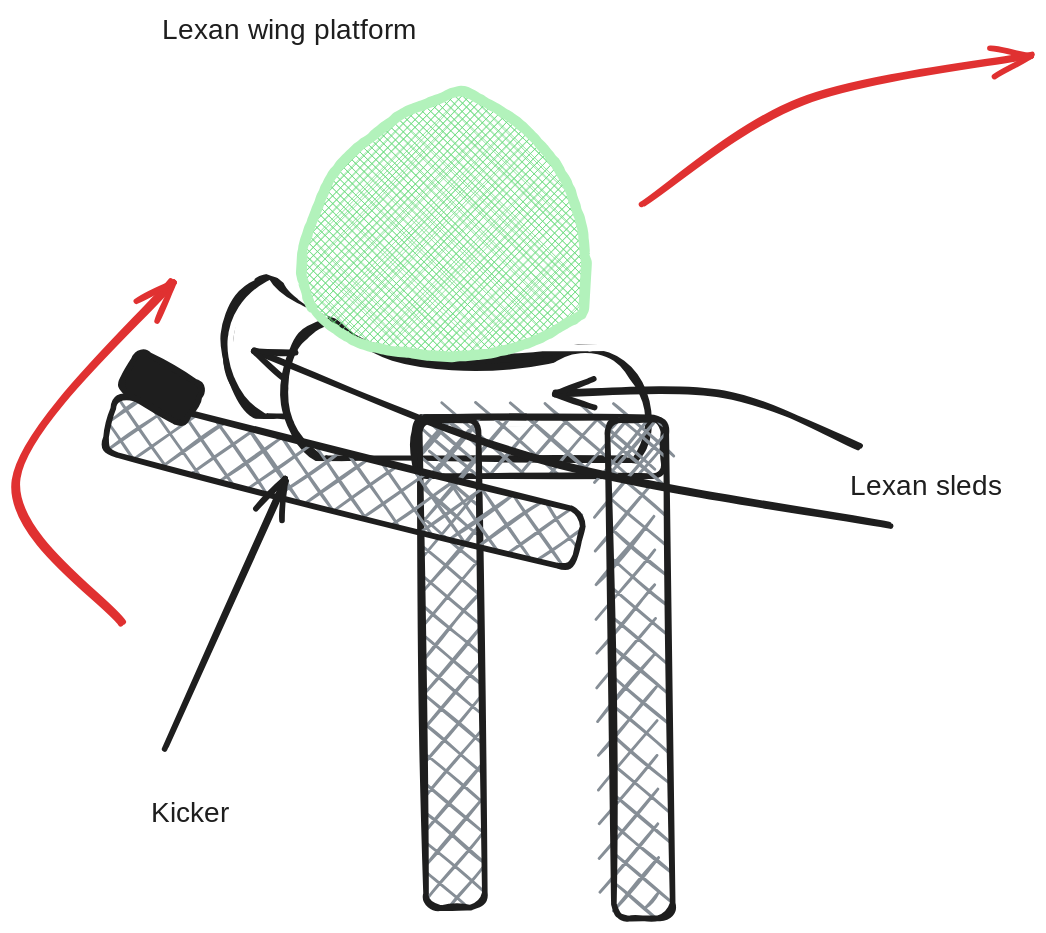
The Excalidraw diagram entries/kicker-platform/brainstorm/Ishikas.excalidraw.svg in Area-53-Robotics/53D-Notebook-Over-Under-2023-2024, before a commit. Source tidied: one line per element, renumbered; positions are measured from the earlier drawing's top-left corner, leaving out a move shared by most shapes.
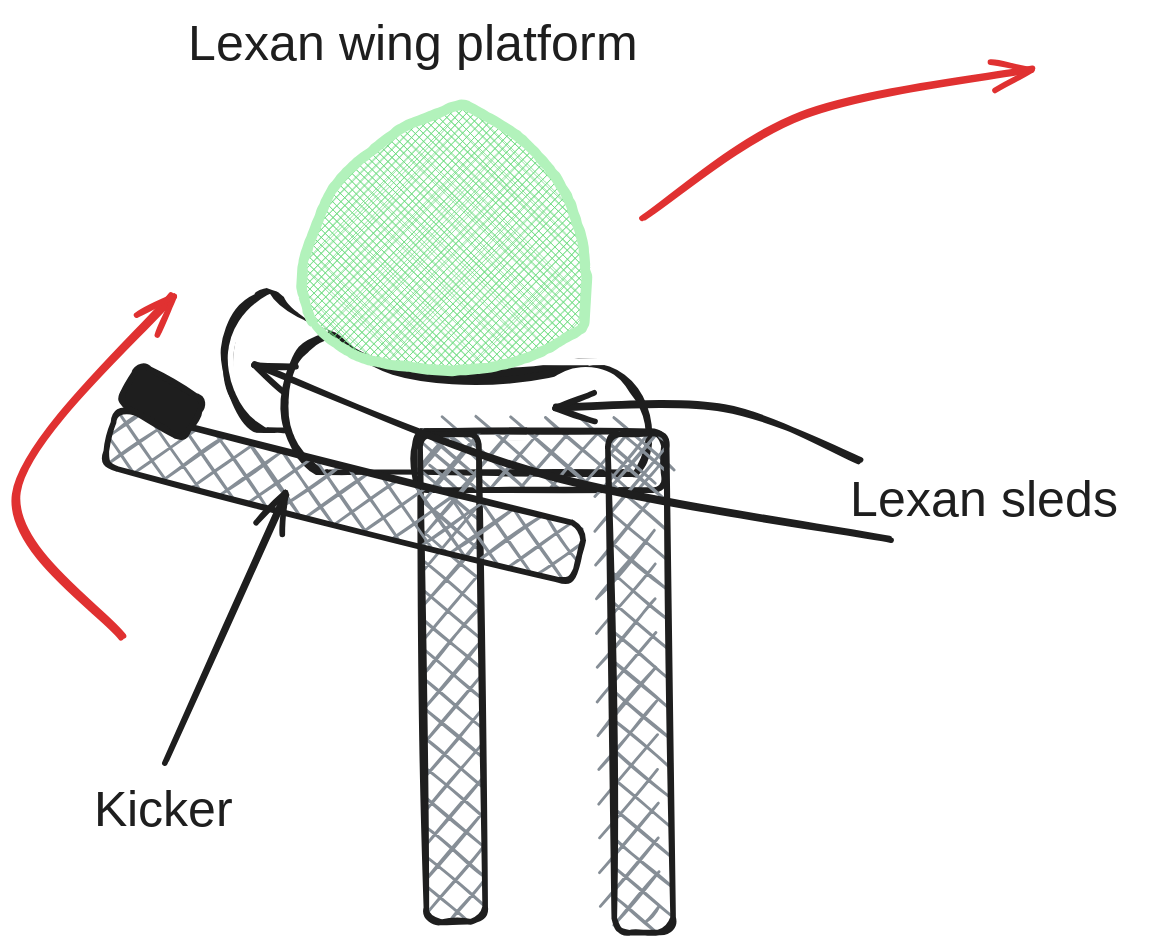
The same file after the commit.

What changed in the source:
```diff
@@ -38,7 +38,7 @@
 {"id": 37, "type": "arrow", "strokeColor": "#e03131", "backgroundColor": "#1e1e1e", "fillStyle": "solid", "strokeWidth": 4, "roughness": 1, "endArrowhead": "arrow", "round": true, "x": 448, "y": 135, "width": 278, "height": 106, "points": [[0, 0], [114, -73], [278, -106]]}
 {"id": 38, "type": "arrow", "strokeColor": "#1e1e1e", "backgroundColor": "#1e1e1e", "fillStyle": "solid", "strokeWidth": 4, "roughness": 1, "endArrowhead": "arrow", "round": true, "to": 21, "x": 603, "y": 310, "width": 218, "height": 40, "points": [[0, 0], [-97, -39], [-218, -40]]}
 {"id": 39, "type": "arrow", "strokeColor": "#1e1e1e", "backgroundColor": "#1e1e1e", "fillStyle": "solid", "strokeWidth": 4, "roughness": 1, "endArrowhead": "arrow", "round": true, "from": 40, "x": 625, "y": 366, "width": 455, "height": 125, "points": [[0, 0], [-247, -46], [-455, -125]]}
-{"id": 40, "type": "text", "text": "Lexan sleds", "strokeColor": "#1e1e1e", "backgroundColor": "#1e1e1e", "fillStyle": "solid", "strokeWidth": 4, "roughness": 1, "fontSize": 20, "fontFamily": 1, "x": 596, "y": 326, "width": 116, "height": 25}
+{"id": 40, "type": "text", "text": "Lexan sleds", "strokeColor": "#1e1e1e", "backgroundColor": "#1e1e1e", "fillStyle": "solid", "strokeWidth": 4, "roughness": 1, "fontSize": 36, "fontFamily": 1, "x": 596, "y": 316, "width": 209, "height": 45}
-{"id": 41, "type": "arrow", "strokeColor": "#1e1e1e", "backgroundColor": "#1e1e1e", "fillStyle": "solid", "strokeWidth": 4, "roughness": 1, "endArrowhead": "arrow", "round": true, "to": 28, "x": 107, "y": 524, "width": 86, "height": 191, "points": [[0, 0], [86, -191]]}
+{"id": 41, "type": "arrow", "strokeColor": "#1e1e1e", "backgroundColor": "#1e1e1e", "fillStyle": "solid", "strokeWidth": 4, "roughness": 1, "endArrowhead": "arrow", "round": true, "from": 42, "to": 28, "x": 107, "y": 524, "width": 86, "height": 191, "points": [[0, 0], [86, -191]]}
-{"id": 42, "type": "text", "text": "Kicker", "strokeColor": "#1e1e1e", "backgroundColor": "#1e1e1e", "fillStyle": "solid", "strokeWidth": 4, "roughness": 1, "fontSize": 20, "fontFamily": 1, "x": 97, "y": 559, "width": 56, "height": 25}
+{"id": 42, "type": "text", "text": "Kicker", "strokeColor": "#1e1e1e", "backgroundColor": "#1e1e1e", "fillStyle": "solid", "strokeWidth": 4, "roughness": 1, "fontSize": 36, "fontFamily": 1, "x": 56, "y": 537, "width": 101, "height": 45}
-{"id": 43, "type": "text", "text": "Lexan wing platform ", "strokeColor": "#1e1e1e", "backgroundColor": "#1e1e1e", "fillStyle": "solid", "strokeWidth": 4, "roughness": 1, "fontSize": 20, "fontFamily": 1, "x": 105, "y": 0, "width": 205, "height": 25}
+{"id": 43, "type": "text", "text": "Lexan wing platform", "strokeColor": "#1e1e1e", "backgroundColor": "#1e1e1e", "fillStyle": "solid", "strokeWidth": 4, "roughness": 1, "fontSize": 36, "fontFamily": 1, "x": 123, "y": -10, "width": 350, "height": 45}
```
